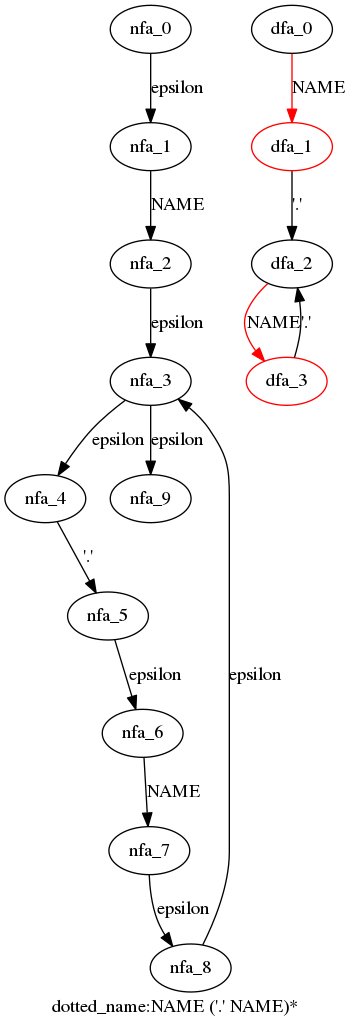
WinChua/blog keeps this Graphviz diagram as cpython/grammar/handwrite/nfa_dfas/35.dotted_name.dot.png. Above is the earlier version. Its source is kept beside it as cpython/grammar/handwrite/nfa_dfas/35.dotted_name.dot.
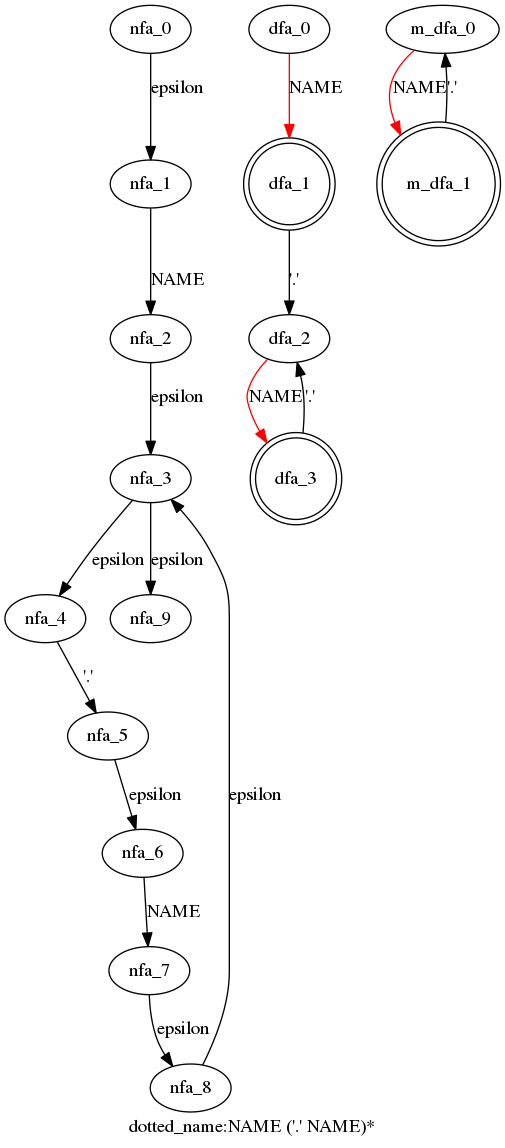
After the change.

What changed in the source:
```diff
@@ -17,7 +17,12 @@
   dfa_1->dfa_2[label="'.'"]
   dfa_2->dfa_3[label="NAME",color=red]
   dfa_3->dfa_2[label="'.'"]
-  dfa_1[color=red]
-  dfa_3[color=red]
+  dfa_1[shape=doublecircle]
+  dfa_3[shape=doublecircle]
+  }
+ subgraph dotted_name_m_dfa {
+  m_dfa_0->m_dfa_1[label="NAME",color=red]
+  m_dfa_1->m_dfa_0[label="'.'"]
+  m_dfa_1[shape=doublecircle]
   }
 }
```
